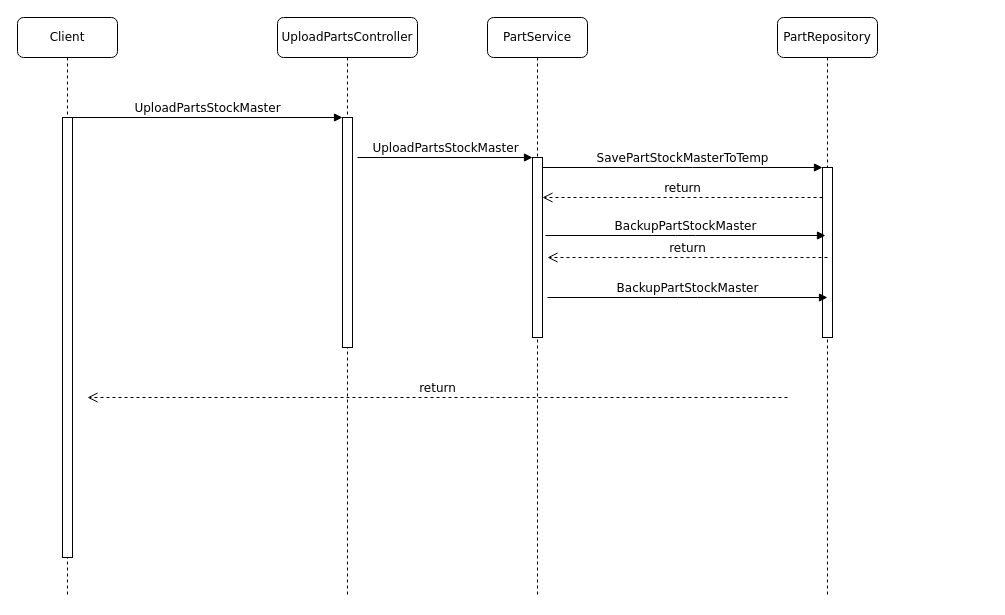
Before: UDVision.drawio in zpjune/Diagrams, a draw.io diagram. Source tidied: cells renumbered, new cells numbered last; positions are measured from the earlier drawing's top-left corner, leaving out a move shared by most shapes. Both pictures are drawn from the tidied source at 100%, with x=0, y=0 at pixel (17, 17).
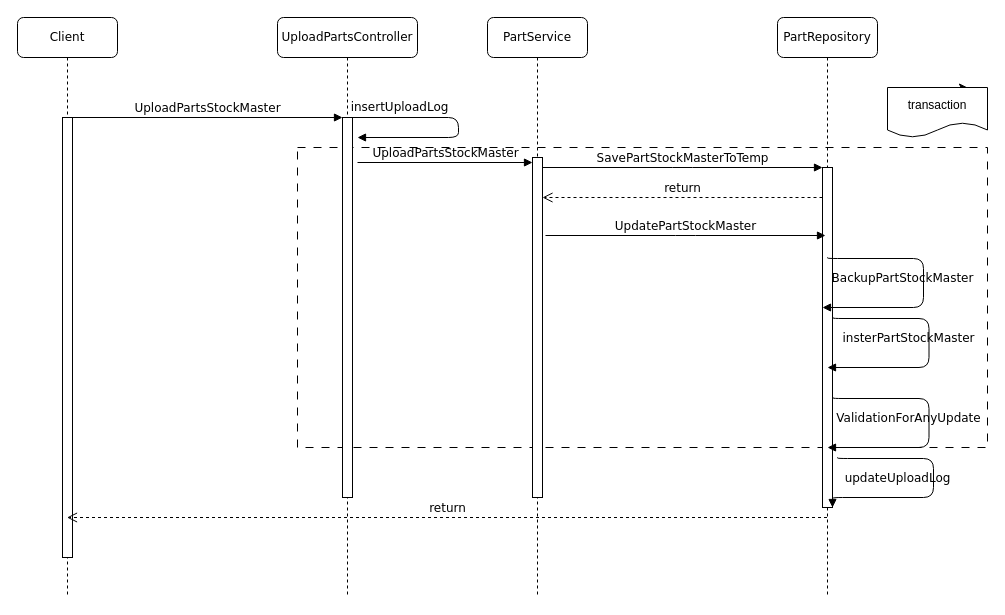
The same diagram, later.

The change refers to these unchanged cells:
```xml
<mxCell id="2" value="UploadPartsController" style="shape=umlLifeline;perimeter=lifelinePerimeter;whiteSpace=wrap;html=1;outlineConnect=0;rounded=1;shadow=0;comic=0;labelBackgroundColor=none;strokeWidth=1;fontFamily=Verdana;fontSize=12;align=center;" parent="1" vertex="1">
  <mxGeometry x="260" width="140" height="580" as="geometry" />
</mxCell>
<mxCell id="4" value="PartService" style="shape=umlLifeline;perimeter=lifelinePerimeter;whiteSpace=wrap;html=1;rounded=1;shadow=0;comic=0;labelBackgroundColor=none;strokeWidth=1;fontFamily=Verdana;fontSize=12;align=center;" parent="1" vertex="1">
  <mxGeometry x="470" width="100" height="580" as="geometry" />
</mxCell>
<mxCell id="6" value="PartRepository" style="shape=umlLifeline;perimeter=lifelinePerimeter;whiteSpace=wrap;html=1;outlineConnect=0;rounded=1;shadow=0;comic=0;labelBackgroundColor=none;strokeWidth=1;fontFamily=Verdana;fontSize=12;align=center;" parent="1" vertex="1">
  <mxGeometry x="760" width="100" height="580" as="geometry" />
</mxCell>
<mxCell id="8" value="Client" style="shape=umlLifeline;perimeter=lifelinePerimeter;whiteSpace=wrap;html=1;outlineConnect=0;rounded=1;shadow=0;comic=0;labelBackgroundColor=none;strokeWidth=1;fontFamily=Verdana;fontSize=12;align=center;" parent="1" vertex="1">
  <mxGeometry width="100" height="580" as="geometry" />
</mxCell>
```

Diff of the diagram source:
```diff
@@
+    <mxCell id="18" style="rounded=0;whiteSpace=wrap;html=1;fillColor=none;dashed=1;dashPattern=8 8;" parent="1" vertex="1">
+      <mxGeometry x="280" y="130" width="690" height="300" as="geometry" />
+    </mxCell>
@@
     <mxCell id="3" style="html=1;points=[];perimeter=orthogonalPerimeter;rounded=0;shadow=0;comic=0;labelBackgroundColor=none;strokeWidth=1;fontFamily=Verdana;fontSize=12;align=center;" parent="2" vertex="1">
-      <mxGeometry x="65" y="100" width="10" height="230" as="geometry" />
+      <mxGeometry x="65" y="100" width="10" height="380" as="geometry" />
     </mxCell>
+    <mxCell id="19" value="insertUploadLog" style="html=1;verticalAlign=bottom;endArrow=block;labelBackgroundColor=none;fontFamily=Verdana;fontSize=12;edgeStyle=orthogonalEdgeStyle;elbow=vertical;" parent="2" edge="1" source="2">
+      <mxGeometry x="-0.55" y="1" relative="1" as="geometry">
+        <mxPoint x="80" y="120" as="targetPoint" />
+        <Array as="points">
+          <mxPoint x="181" y="100" />
+          <mxPoint x="181" y="120" />
+          <mxPoint x="80" y="120" />
+        </Array>
+      </mxGeometry>
+    </mxCell>
@@
     <mxCell id="5" style="html=1;points=[];perimeter=orthogonalPerimeter;rounded=0;shadow=0;comic=0;labelBackgroundColor=none;strokeWidth=1;fontFamily=Verdana;fontSize=12;align=center;" parent="4" vertex="1">
-      <mxGeometry x="45" y="140" width="10" height="180" as="geometry" />
+      <mxGeometry x="45" y="140" width="10" height="340" as="geometry" />
     </mxCell>
@@
     <mxCell id="7" style="html=1;points=[];perimeter=orthogonalPerimeter;rounded=0;shadow=0;comic=0;labelBackgroundColor=none;strokeWidth=1;fontFamily=Verdana;fontSize=12;align=center;" parent="6" vertex="1">
-      <mxGeometry x="45" y="150" width="10" height="170" as="geometry" />
+      <mxGeometry x="45" y="150" width="10" height="340" as="geometry" />
     </mxCell>
+    <mxCell id="17" value="BackupPartStockMaster&lt;br&gt;" style="html=1;verticalAlign=bottom;endArrow=block;labelBackgroundColor=none;fontFamily=Verdana;fontSize=12;edgeStyle=orthogonalEdgeStyle;elbow=vertical;" parent="6" edge="1">
+      <mxGeometry x="0.35" y="-20" relative="1" as="geometry">
+        <mxPoint x="50" y="240" as="sourcePoint" />
+        <mxPoint x="45" y="290" as="targetPoint" />
+        <Array as="points">
+          <mxPoint x="50" y="241" />
+          <mxPoint x="146" y="241" />
+          <mxPoint x="146" y="290" />
+        </Array>
+      </mxGeometry>
+    </mxCell>
@@
-    <mxCell id="10" value="UploadPartsStockMaster" style="html=1;verticalAlign=bottom;endArrow=block;labelBackgroundColor=none;fontFamily=Verdana;fontSize=12;edgeStyle=elbowEdgeStyle;elbow=vertical;" parent="1" edge="1" target="5">
+    <mxCell id="10" value="UploadPartsStockMaster" style="html=1;verticalAlign=bottom;endArrow=block;labelBackgroundColor=none;fontFamily=Verdana;fontSize=12;edgeStyle=elbowEdgeStyle;elbow=vertical;" parent="1" edge="1">
       <mxGeometry relative="1" as="geometry">
-        <mxPoint x="340" y="140" as="sourcePoint" />
+        <mxPoint x="340" y="145" as="sourcePoint" />
+        <mxPoint x="515" y="145" as="targetPoint" />
         <Array as="points">
-          <mxPoint x="340" y="140" />
+          <mxPoint x="340" y="145" />
         </Array>
       </mxGeometry>
     </mxCell>
@@
-    <mxCell id="13" value="return" style="html=1;verticalAlign=bottom;endArrow=open;dashed=1;endSize=8;labelBackgroundColor=none;fontFamily=Verdana;fontSize=12;edgeStyle=elbowEdgeStyle;elbow=vertical;" parent="1" edge="1">
-      <mxGeometry relative="1" as="geometry">
-        <mxPoint x="770" y="380" as="sourcePoint" />
-        <mxPoint x="70" y="380" as="targetPoint" />
-        <Array as="points">
-          <mxPoint x="485" y="380" />
-        </Array>
-      </mxGeometry>
-    </mxCell>
@@
-    <mxCell id="15" value="BackupPartStockMaster" style="html=1;verticalAlign=bottom;endArrow=block;entryX=0;entryY=0;labelBackgroundColor=none;fontFamily=Verdana;fontSize=12;edgeStyle=elbowEdgeStyle;elbow=vertical;" parent="1" edge="1">
+    <mxCell id="15" value="UpdatePartStockMaster" style="html=1;verticalAlign=bottom;endArrow=block;entryX=0;entryY=0;labelBackgroundColor=none;fontFamily=Verdana;fontSize=12;edgeStyle=elbowEdgeStyle;elbow=vertical;" parent="1" edge="1">
       <mxGeometry relative="1" as="geometry">
         <mxPoint x="528" y="218" as="sourcePoint" />
         <mxPoint x="808" y="218" as="targetPoint" />
       </mxGeometry>
     </mxCell>
-    <mxCell id="16" value="return" style="html=1;verticalAlign=bottom;endArrow=open;dashed=1;endSize=8;labelBackgroundColor=none;fontFamily=Verdana;fontSize=12;edgeStyle=elbowEdgeStyle;elbow=vertical;" parent="1" edge="1">
-      <mxGeometry relative="1" as="geometry">
-        <mxPoint x="810" y="240" as="sourcePoint" />
-        <mxPoint x="530" y="240" as="targetPoint" />
-        <Array as="points">
-          <mxPoint x="575" y="240" />
-          <mxPoint x="605" y="240" />
-        </Array>
-      </mxGeometry>
-    </mxCell>
-    <mxCell id="17" value="BackupPartStockMaster" style="html=1;verticalAlign=bottom;endArrow=block;entryX=0;entryY=0;labelBackgroundColor=none;fontFamily=Verdana;fontSize=12;edgeStyle=elbowEdgeStyle;elbow=vertical;" parent="1" edge="1">
-      <mxGeometry relative="1" as="geometry">
-        <mxPoint x="530" y="280" as="sourcePoint" />
-        <mxPoint x="810" y="280" as="targetPoint" />
-      </mxGeometry>
-    </mxCell>
+    <mxCell id="20" value="insterPartStockMaster" style="html=1;verticalAlign=bottom;endArrow=block;labelBackgroundColor=none;fontFamily=Verdana;fontSize=12;edgeStyle=orthogonalEdgeStyle;elbow=vertical;" parent="1" edge="1">
+      <mxGeometry x="0.35" y="-20" relative="1" as="geometry">
+        <mxPoint x="815.5" y="300" as="sourcePoint" />
+        <mxPoint x="810" y="350" as="targetPoint" />
+        <Array as="points">
+          <mxPoint x="815.5" y="301" />
+          <mxPoint x="911.5" y="301" />
+          <mxPoint x="911.5" y="350" />
+        </Array>
+      </mxGeometry>
+    </mxCell>
+    <mxCell id="21" value="ValidationForAnyUpdate" style="html=1;verticalAlign=bottom;endArrow=block;labelBackgroundColor=none;fontFamily=Verdana;fontSize=12;edgeStyle=orthogonalEdgeStyle;elbow=vertical;" parent="1" edge="1">
+      <mxGeometry x="0.35" y="-20" relative="1" as="geometry">
+        <mxPoint x="815.5" y="380" as="sourcePoint" />
+        <mxPoint x="810" y="430" as="targetPoint" />
+        <Array as="points">
+          <mxPoint x="815.5" y="381" />
+          <mxPoint x="911.5" y="381" />
+          <mxPoint x="911.5" y="430" />
+        </Array>
+      </mxGeometry>
+    </mxCell>
+    <mxCell id="22" value="updateUploadLog" style="html=1;verticalAlign=bottom;endArrow=block;labelBackgroundColor=none;fontFamily=Verdana;fontSize=12;edgeStyle=orthogonalEdgeStyle;elbow=vertical;" parent="1" edge="1">
+      <mxGeometry x="0.39" y="-10" relative="1" as="geometry">
+        <mxPoint x="820" y="440" as="sourcePoint" />
+        <mxPoint x="815" y="490" as="targetPoint" />
+        <Array as="points">
+          <mxPoint x="820" y="441" />
+          <mxPoint x="916" y="441" />
+          <mxPoint x="916" y="480" />
+          <mxPoint x="815" y="480" />
+        </Array>
+      </mxGeometry>
+    </mxCell>
+    <mxCell id="23" style="edgeStyle=orthogonalEdgeStyle;rounded=0;jettySize=auto;html=1;exitX=0.75;exitY=0;exitDx=0;exitDy=0;fontFamily=Helvetica;fontSize=12;fontColor=default;" parent="1" edge="1" source="24">
+      <mxGeometry relative="1" as="geometry">
+        <mxPoint x="950" y="70" as="targetPoint" />
+      </mxGeometry>
+    </mxCell>
+    <mxCell id="24" value="transaction" style="shape=document;whiteSpace=wrap;html=1;boundedLbl=1;rounded=0;strokeColor=default;fontFamily=Helvetica;fontSize=12;fontColor=default;fillColor=default;" parent="1" vertex="1">
+      <mxGeometry x="870" y="70" width="100" height="50" as="geometry" />
+    </mxCell>
+    <mxCell id="13" value="return" style="html=1;verticalAlign=bottom;endArrow=open;dashed=1;endSize=8;labelBackgroundColor=none;fontFamily=Verdana;fontSize=12;edgeStyle=elbowEdgeStyle;elbow=vertical;" parent="1" edge="1" source="6" target="8">
+      <mxGeometry relative="1" as="geometry">
+        <Array as="points">
+          <mxPoint x="490.5" y="500" />
+        </Array>
+      </mxGeometry>
+    </mxCell>
```
